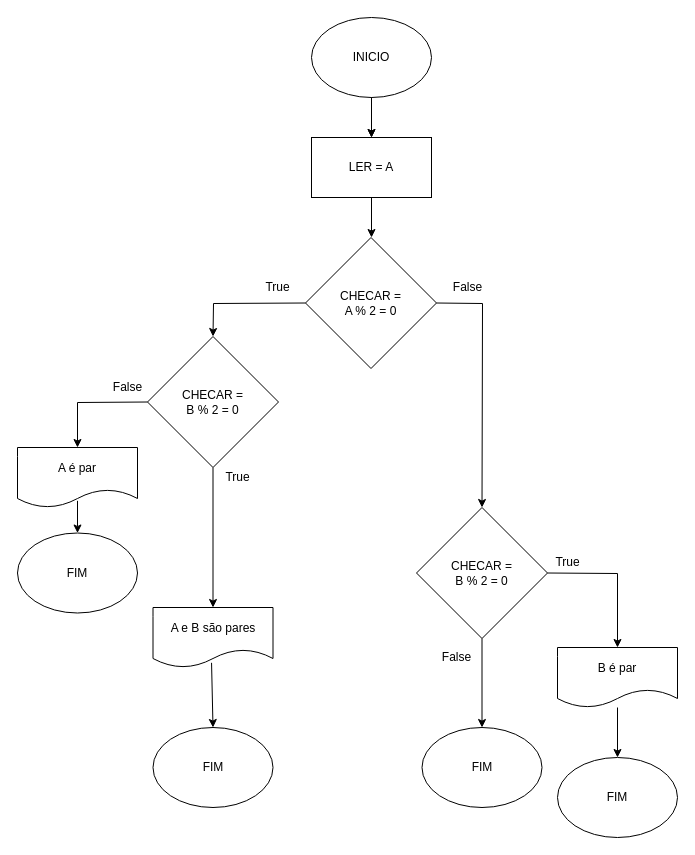
Leoplugged/IntroducaoProgramacao keeps this draw.io diagram as aula05_fluxogramEx5.drawio. Above is the earlier version. Source tidied: cells renumbered, new cells numbered last; positions are measured from the earlier drawing's top-left corner, leaving out a move shared by most shapes. Both pictures are drawn from the tidied source at 100%, with x=0, y=0 at pixel (17, 17).
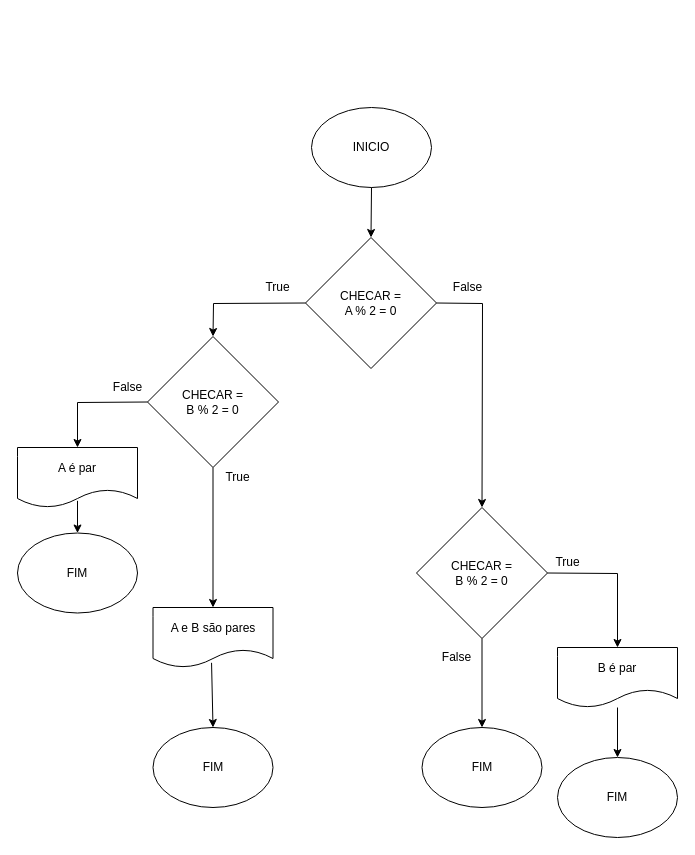
The same page after the edit.

The change refers to these unchanged cells:
```xml
<mxCell id="8" value="CHECAR = &lt;br&gt;A % 2 = 0" style="rhombus;whiteSpace=wrap;html=1;" parent="1" vertex="1">
  <mxGeometry x="288" y="220" width="131" height="131" as="geometry" />
</mxCell>
```

The edit, as a diff of the source:
```diff
@@
     <mxCell id="2" value="INICIO" style="ellipse;whiteSpace=wrap;html=1;" parent="1" vertex="1">
-      <mxGeometry x="294" width="120" height="80" as="geometry" />
+      <mxGeometry x="294" y="90" width="120" height="80" as="geometry" />
     </mxCell>
-    <mxCell id="3" style="endArrow=classic;html=1;rounded=0;exitX=0.5;exitY=1;exitDx=0;exitDy=0;" parent="1" edge="1" source="2">
-      <mxGeometry relative="1" as="geometry">
-        <mxPoint x="354" y="120" as="targetPoint" />
-      </mxGeometry>
+    <mxCell id="3" style="endArrow=classic;html=1;rounded=0;exitX=0.5;exitY=1;exitDx=0;exitDy=0;entryX=0.5;entryY=0;entryDx=0;entryDy=0;" parent="1" edge="1" source="2" target="8">
+      <mxGeometry relative="1" as="geometry" />
     </mxCell>
-    <mxCell id="4" style="endArrow=classic;html=1;rounded=0;exitX=0.5;exitY=1;exitDx=0;exitDy=0;" parent="1" edge="1" source="2">
-      <mxGeometry relative="1" as="geometry">
-        <mxPoint x="354" y="120" as="targetPoint" />
-      </mxGeometry>
-    </mxCell>
@@
-    <mxCell id="6" value="LER = A" style="rounded=0;whiteSpace=wrap;html=1;" parent="1" vertex="1">
-      <mxGeometry x="294" y="120" width="120" height="60" as="geometry" />
-    </mxCell>
-    <mxCell id="7" style="endArrow=classic;html=1;rounded=0;exitX=0.5;exitY=1;exitDx=0;exitDy=0;" parent="1" edge="1">
-      <mxGeometry relative="1" as="geometry">
-        <mxPoint x="354" y="180" as="sourcePoint" />
-        <mxPoint x="354" y="220" as="targetPoint" />
-      </mxGeometry>
-    </mxCell>
```
